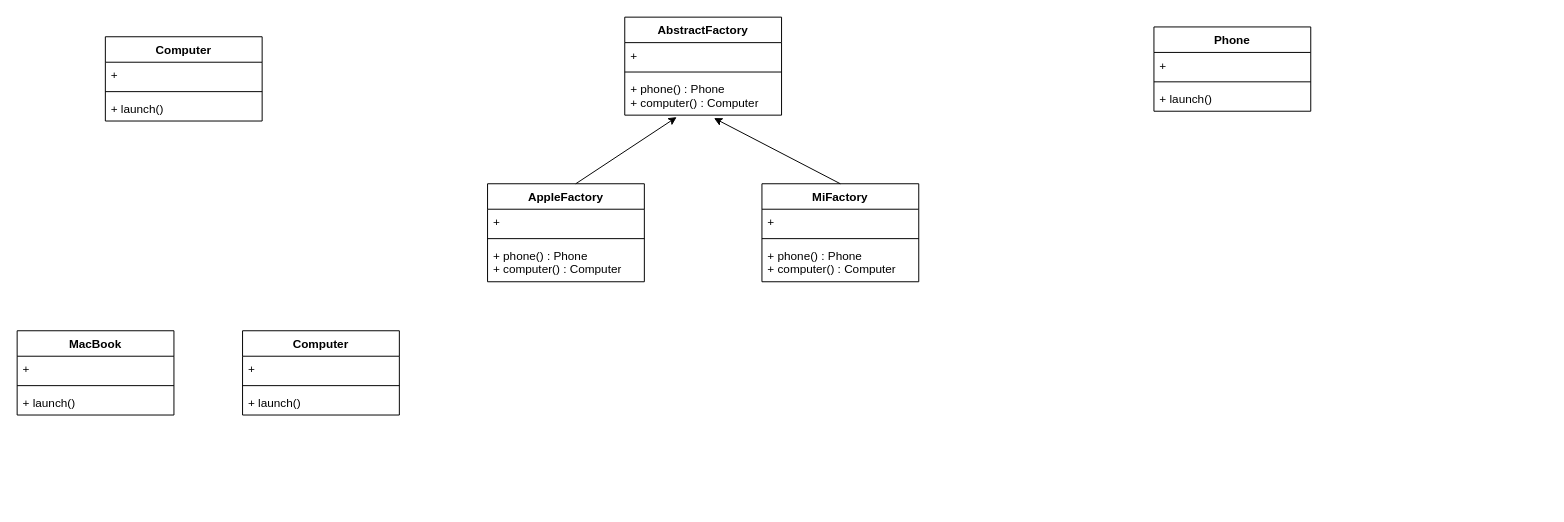
Before: 设计模式/C语言设计模式/抽象工厂模式.drawio in zhouyuming/MyNotes, a draw.io diagram. Source tidied: cells renumbered, new cells numbered last; positions are measured from the earlier drawing's top-left corner, leaving out a move shared by most shapes. Both pictures are drawn from the tidied source at 98%, with x=0, y=0 at pixel (17, 17).
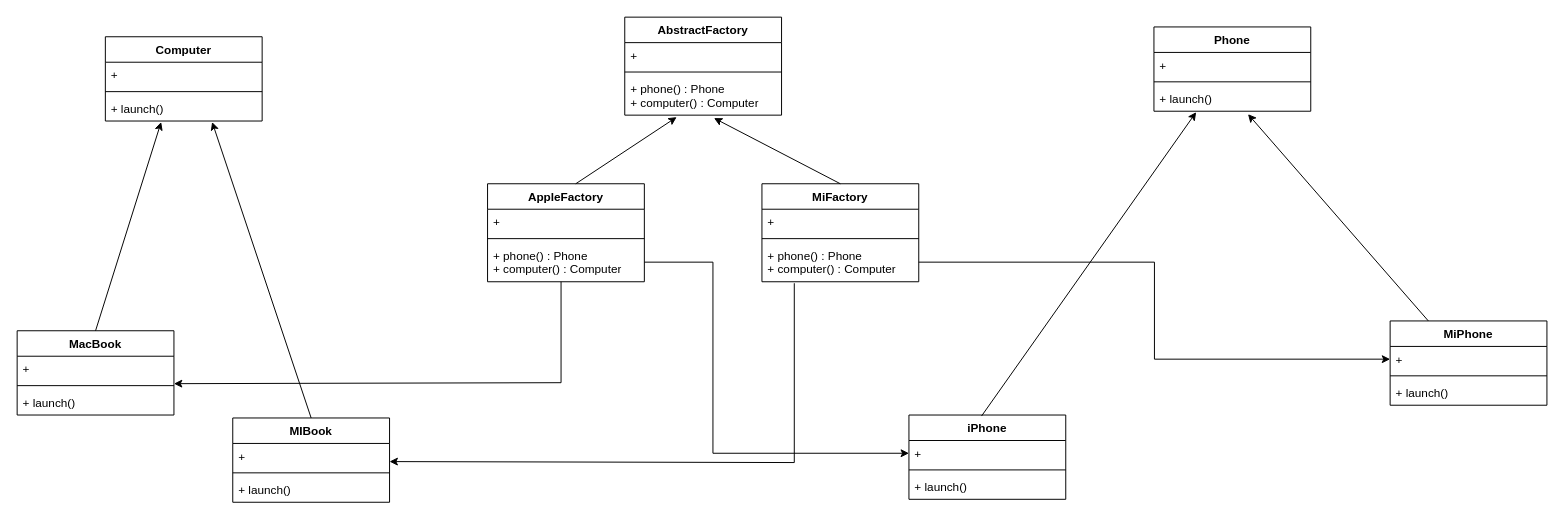
The same diagram, later.

Commit message (it also covers changes not shown here):
更新抽象工厂模式.drawio

Unchanged cells that the change refers to:
```xml
<mxCell id="9" value="+ launch()" style="text;strokeColor=none;fillColor=none;align=left;verticalAlign=top;spacingLeft=4;spacingRight=4;overflow=hidden;points=[[0,0.5],[1,0.5]];portConstraint=eastwest;whiteSpace=wrap;html=1;" parent="6" vertex="1">
  <mxGeometry y="60" width="160" height="26" as="geometry" />
</mxCell>
<mxCell id="17" value="+ phone() : Phone&lt;div&gt;+ computer() : Computer&lt;/div&gt;" style="text;strokeColor=none;fillColor=none;align=left;verticalAlign=top;spacingLeft=4;spacingRight=4;overflow=hidden;points=[[0,0.5],[1,0.5]];portConstraint=eastwest;whiteSpace=wrap;html=1;" parent="14" vertex="1">
  <mxGeometry y="60" width="160" height="40" as="geometry" />
</mxCell>
<mxCell id="21" value="+ phone() : Phone&lt;div&gt;+ computer() : Computer&lt;/div&gt;" style="text;strokeColor=none;fillColor=none;align=left;verticalAlign=top;spacingLeft=4;spacingRight=4;overflow=hidden;points=[[0,0.5],[1,0.5]];portConstraint=eastwest;whiteSpace=wrap;html=1;" parent="18" vertex="1">
  <mxGeometry y="60" width="160" height="40" as="geometry" />
</mxCell>
<mxCell id="27" value="+ launch()" style="text;strokeColor=none;fillColor=none;align=left;verticalAlign=top;spacingLeft=4;spacingRight=4;overflow=hidden;points=[[0,0.5],[1,0.5]];portConstraint=eastwest;whiteSpace=wrap;html=1;" parent="24" vertex="1">
  <mxGeometry y="60" width="160" height="26" as="geometry" />
</mxCell>
```

Change to the diagram source:
```diff
@@
-    <mxCell id="28" value="Computer" style="swimlane;fontStyle=1;align=center;verticalAlign=top;horizontal=1;startSize=26;whiteSpace=wrap;html=1;" parent="1" vertex="1">
-      <mxGeometry x="230" y="320" width="160" height="86" as="geometry" />
+    <mxCell id="28" value="MIBook" style="swimlane;fontStyle=1;align=center;verticalAlign=top;horizontal=1;startSize=26;whiteSpace=wrap;html=1;" parent="1" vertex="1">
+      <mxGeometry x="220" y="409" width="160" height="86" as="geometry" />
     </mxCell>
@@
+    <mxCell id="32" style="endArrow=classic;html=1;rounded=0;entryX=0.356;entryY=1.038;entryDx=0;entryDy=0;entryPerimeter=0;" parent="1" edge="1" target="27">
+      <mxGeometry relative="1" as="geometry">
+        <mxPoint x="80" y="320" as="sourcePoint" />
+      </mxGeometry>
+    </mxCell>
+    <mxCell id="33" style="endArrow=classic;html=1;rounded=0;entryX=0.681;entryY=1.038;entryDx=0;entryDy=0;entryPerimeter=0;exitX=0.5;exitY=0;exitDx=0;exitDy=0;" parent="1" edge="1" source="28" target="27">
+      <mxGeometry relative="1" as="geometry" />
+    </mxCell>
+    <mxCell id="34" style="edgeStyle=orthogonalEdgeStyle;rounded=0;orthogonalLoop=1;jettySize=auto;html=1;exitX=0;exitY=0.5;exitDx=0;exitDy=0;entryX=1.031;entryY=-0.231;entryDx=0;entryDy=0;entryPerimeter=0;" parent="1" edge="1">
+      <mxGeometry relative="1" as="geometry">
+        <mxPoint x="555" y="270" as="sourcePoint" />
+        <mxPoint x="160" y="374" as="targetPoint" />
+        <Array as="points">
+          <mxPoint x="555" y="373" />
+        </Array>
+      </mxGeometry>
+    </mxCell>
+    <mxCell id="35" style="edgeStyle=orthogonalEdgeStyle;rounded=0;orthogonalLoop=1;jettySize=auto;html=1;exitX=0;exitY=0.5;exitDx=0;exitDy=0;entryX=1.044;entryY=0.654;entryDx=0;entryDy=0;entryPerimeter=0;" parent="1" edge="1">
+      <mxGeometry relative="1" as="geometry">
+        <mxPoint x="793" y="271.5" as="sourcePoint" />
+        <mxPoint x="380" y="453.5" as="targetPoint" />
+        <Array as="points">
+          <mxPoint x="793" y="454.5" />
+        </Array>
+      </mxGeometry>
+    </mxCell>
+    <mxCell id="36" value="iPhone" style="swimlane;fontStyle=1;align=center;verticalAlign=top;horizontal=1;startSize=26;whiteSpace=wrap;html=1;" parent="1" vertex="1">
+      <mxGeometry x="910" y="406" width="160" height="86" as="geometry" />
+    </mxCell>
+    <mxCell id="37" value="+&amp;nbsp;" style="text;strokeColor=none;fillColor=none;align=left;verticalAlign=top;spacingLeft=4;spacingRight=4;overflow=hidden;points=[[0,0.5],[1,0.5]];portConstraint=eastwest;whiteSpace=wrap;html=1;" parent="36" vertex="1">
+      <mxGeometry y="26" width="160" height="26" as="geometry" />
+    </mxCell>
+    <mxCell id="38" style="line;strokeWidth=1;fillColor=none;align=left;verticalAlign=middle;spacingTop=-1;spacingLeft=3;spacingRight=3;labelPosition=right;strokeColor=inherit;" parent="36" vertex="1">
+      <mxGeometry y="52" width="160" height="8" as="geometry" />
+    </mxCell>
+    <mxCell id="39" value="+ launch()" style="text;strokeColor=none;fillColor=none;align=left;verticalAlign=top;spacingLeft=4;spacingRight=4;overflow=hidden;whiteSpace=wrap;html=1;" parent="36" vertex="1">
+      <mxGeometry y="60" width="160" height="26" as="geometry" />
+    </mxCell>
+    <mxCell id="40" value="MiPhone" style="swimlane;fontStyle=1;align=center;verticalAlign=top;horizontal=1;startSize=26;whiteSpace=wrap;html=1;" parent="1" vertex="1">
+      <mxGeometry x="1401" y="310" width="160" height="86" as="geometry" />
+    </mxCell>
+    <mxCell id="41" value="+&amp;nbsp;" style="text;strokeColor=none;fillColor=none;align=left;verticalAlign=top;spacingLeft=4;spacingRight=4;overflow=hidden;points=[[0,0.5],[1,0.5]];portConstraint=eastwest;whiteSpace=wrap;html=1;" parent="40" vertex="1">
+      <mxGeometry y="26" width="160" height="26" as="geometry" />
+    </mxCell>
+    <mxCell id="42" style="line;strokeWidth=1;fillColor=none;align=left;verticalAlign=middle;spacingTop=-1;spacingLeft=3;spacingRight=3;labelPosition=right;strokeColor=inherit;" parent="40" vertex="1">
+      <mxGeometry y="52" width="160" height="8" as="geometry" />
+    </mxCell>
+    <mxCell id="43" value="+ launch()" style="text;strokeColor=none;fillColor=none;align=left;verticalAlign=top;spacingLeft=4;spacingRight=4;overflow=hidden;whiteSpace=wrap;html=1;" parent="40" vertex="1">
+      <mxGeometry y="60" width="160" height="26" as="geometry" />
+    </mxCell>
+    <mxCell id="44" style="endArrow=classic;html=1;rounded=0;exitX=0.463;exitY=0.012;exitDx=0;exitDy=0;exitPerimeter=0;entryX=0.269;entryY=1.038;entryDx=0;entryDy=0;entryPerimeter=0;" parent="1" edge="1" source="36" target="9">
+      <mxGeometry relative="1" as="geometry" />
+    </mxCell>
+    <mxCell id="45" style="endArrow=classic;html=1;rounded=0;entryX=0.6;entryY=1.115;entryDx=0;entryDy=0;entryPerimeter=0;" parent="1" edge="1" target="9">
+      <mxGeometry relative="1" as="geometry">
+        <mxPoint x="1440" y="310" as="sourcePoint" />
+      </mxGeometry>
+    </mxCell>
+    <mxCell id="46" style="edgeStyle=orthogonalEdgeStyle;rounded=0;jettySize=auto;html=1;exitX=1;exitY=0.5;exitDx=0;exitDy=0;entryX=0;entryY=0.5;entryDx=0;entryDy=0;" parent="1" edge="1" source="17" target="37">
+      <mxGeometry relative="1" as="geometry">
+        <Array as="points">
+          <mxPoint x="710" y="250" />
+          <mxPoint x="710" y="445" />
+        </Array>
+      </mxGeometry>
+    </mxCell>
+    <mxCell id="47" style="edgeStyle=orthogonalEdgeStyle;rounded=0;jettySize=auto;html=1;exitX=1;exitY=0.5;exitDx=0;exitDy=0;entryX=0;entryY=0.5;entryDx=0;entryDy=0;" parent="1" edge="1" source="21" target="41">
+      <mxGeometry relative="1" as="geometry" />
+    </mxCell>
```
